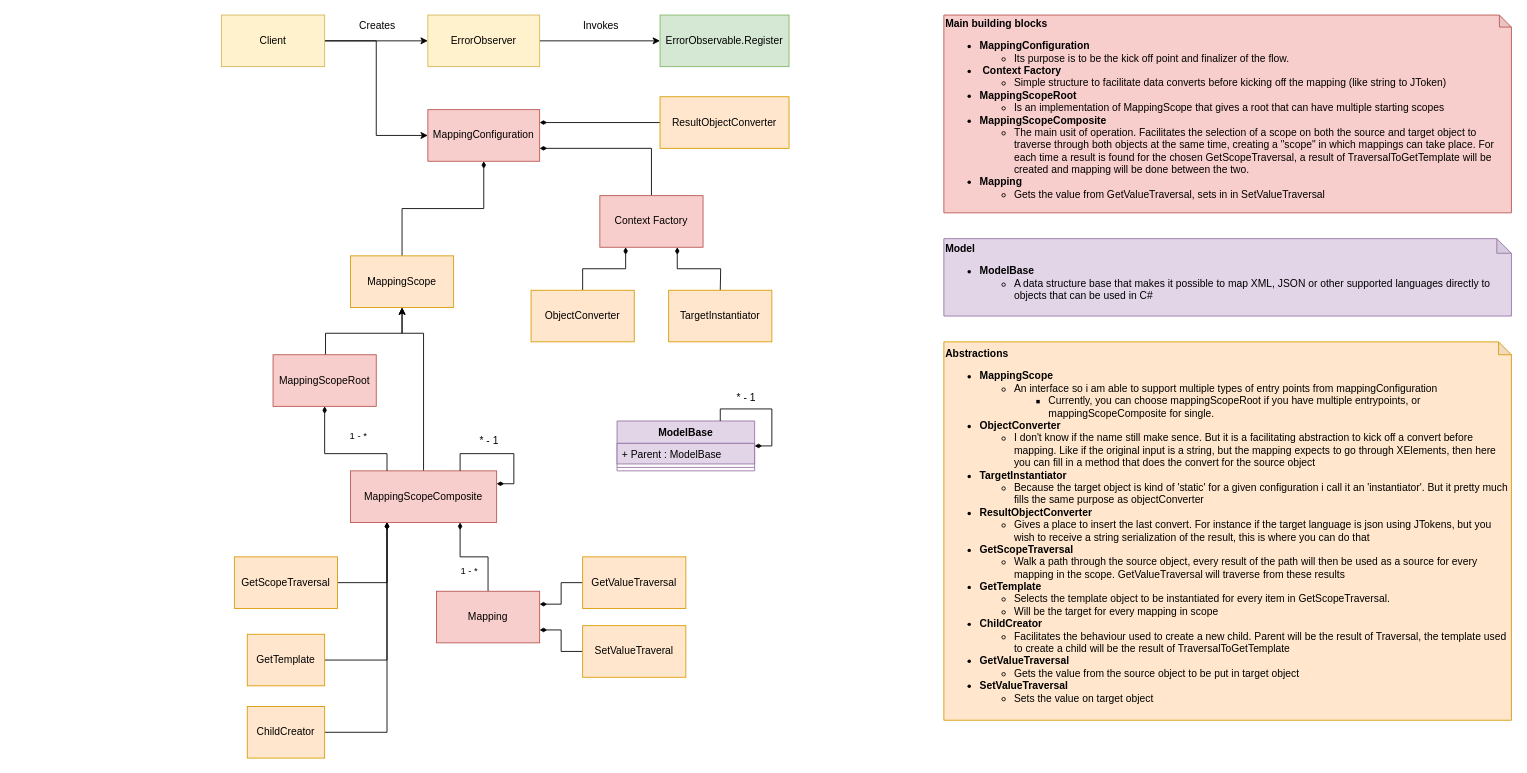
Earlier version of the draw.io diagram Mapping.drawio (DaveyvanTilburg/AdaptableMapper). Source tidied: cells renumbered, new cells numbered last; positions are measured from the earlier drawing's top-left corner, leaving out a move shared by most shapes. Both pictures are drawn from the tidied source at 86%, with x=0, y=0 at pixel (221, 15).
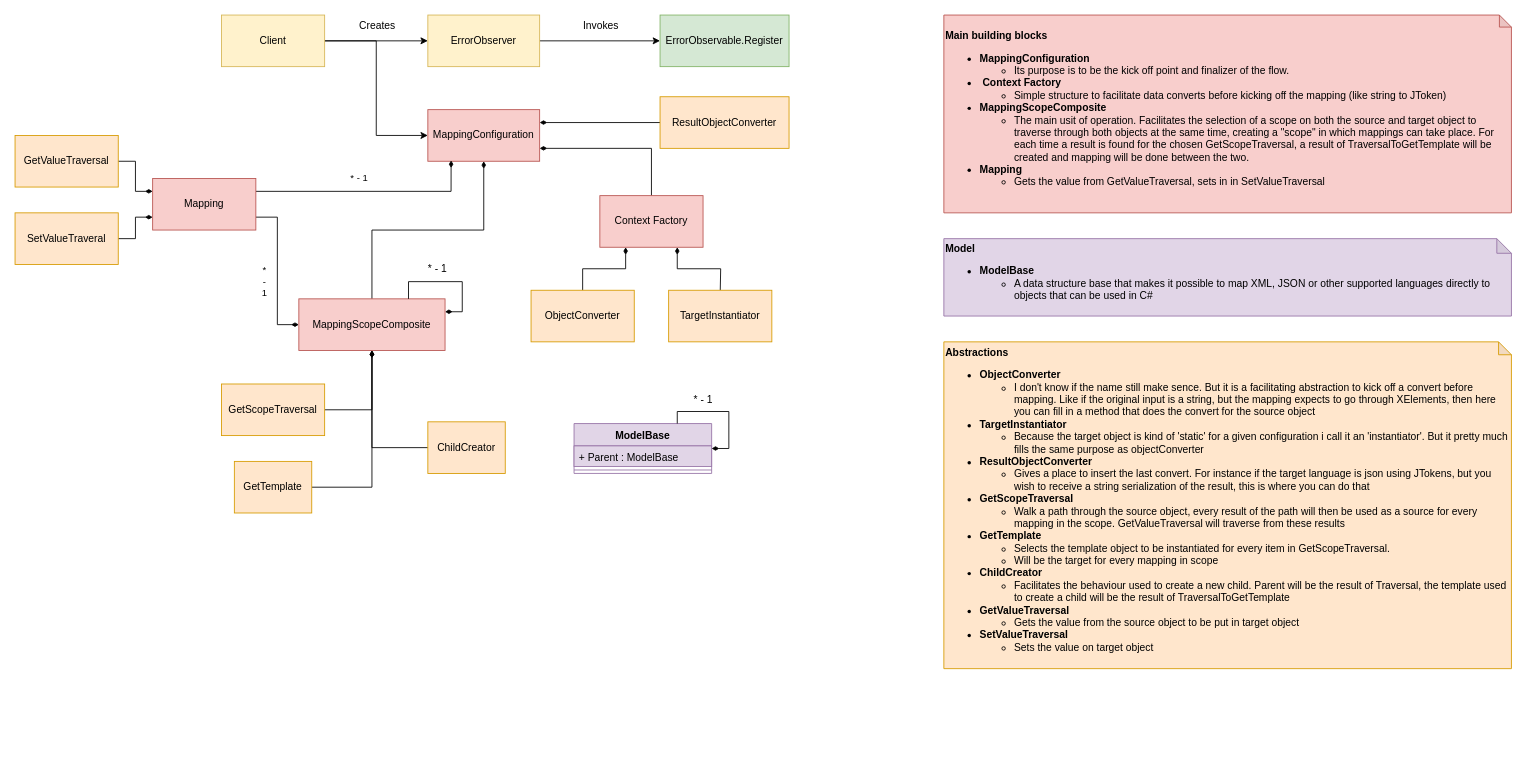
The same diagram, later.

Unchanged cells that the change refers to:
```xml
<mxCell id="5" value="MappingConfiguration" style="rounded=0;whiteSpace=wrap;html=1;fillColor=#f8cecc;strokeColor=#b85450;" parent="1" vertex="1">
  <mxGeometry x="240" y="110" width="130" height="60" as="geometry" />
</mxCell>
```

The edit, as a diff of the source:
```diff
@@
-    <mxCell id="2" style="edgeStyle=orthogonalEdgeStyle;rounded=0;jettySize=auto;html=1;exitX=0.5;exitY=1;exitDx=0;exitDy=0;endArrow=none;endFill=0;startArrow=diamondThin;startFill=1;" parent="1" edge="1" source="5" target="43">
+    <mxCell id="2" style="edgeStyle=orthogonalEdgeStyle;rounded=0;jettySize=auto;html=1;exitX=0.5;exitY=1;exitDx=0;exitDy=0;endArrow=none;endFill=0;startArrow=diamondThin;startFill=1;entryX=0.5;entryY=0;entryDx=0;entryDy=0;" parent="1" edge="1" source="5" target="22">
       <mxGeometry relative="1" as="geometry" />
     </mxCell>
@@
-    <mxCell id="17" value="1 - *" style="edgeStyle=orthogonalEdgeStyle;rounded=0;jettySize=auto;html=1;exitX=0.75;exitY=1;exitDx=0;exitDy=0;startArrow=diamondThin;startFill=1;endArrow=none;endFill=0;entryX=0.5;entryY=0;entryDx=0;entryDy=0;" parent="1" edge="1" source="22" target="29">
-      <mxGeometry x="-0.35" y="10" relative="1" as="geometry">
-        <mxPoint y="20" as="offset" />
-      </mxGeometry>
+    <mxCell id="17" value="*&lt;br&gt;-&lt;br&gt;1" style="edgeStyle=orthogonalEdgeStyle;rounded=0;jettySize=auto;html=1;exitX=0;exitY=0.5;exitDx=0;exitDy=0;startArrow=diamondThin;startFill=1;endArrow=none;endFill=0;entryX=1;entryY=0.75;entryDx=0;entryDy=0;" parent="1" edge="1" source="22" target="29">
+      <mxGeometry x="-0.14" y="15" relative="1" as="geometry" />
     </mxCell>
-    <mxCell id="18" style="edgeStyle=orthogonalEdgeStyle;rounded=0;jettySize=auto;html=1;exitX=0.25;exitY=1;exitDx=0;exitDy=0;entryX=1;entryY=0.5;entryDx=0;entryDy=0;startArrow=diamondThin;startFill=1;endArrow=none;endFill=0;" parent="1" edge="1" source="22" target="33">
+    <mxCell id="18" style="edgeStyle=orthogonalEdgeStyle;rounded=0;jettySize=auto;html=1;exitX=0.5;exitY=1;exitDx=0;exitDy=0;entryX=1;entryY=0.5;entryDx=0;entryDy=0;startArrow=diamondThin;startFill=1;endArrow=none;endFill=0;" parent="1" edge="1" source="22" target="33">
       <mxGeometry relative="1" as="geometry">
         <Array as="points">
-          <mxPoint x="193" y="750" />
+          <mxPoint x="175" y="549" />
         </Array>
       </mxGeometry>
     </mxCell>
-    <mxCell id="19" style="edgeStyle=orthogonalEdgeStyle;rounded=0;jettySize=auto;html=1;exitX=0.25;exitY=1;exitDx=0;exitDy=0;entryX=1;entryY=0.5;entryDx=0;entryDy=0;startArrow=diamondThin;startFill=1;endArrow=none;endFill=0;" parent="1" edge="1" source="22" target="34">
+    <mxCell id="19" style="edgeStyle=orthogonalEdgeStyle;rounded=0;jettySize=auto;html=1;exitX=0.5;exitY=1;exitDx=0;exitDy=0;entryX=0;entryY=0.5;entryDx=0;entryDy=0;startArrow=diamondThin;startFill=1;endArrow=none;endFill=0;" parent="1" edge="1" source="22" target="34">
       <mxGeometry relative="1" as="geometry">
         <Array as="points">
-          <mxPoint x="193" y="834" />
+          <mxPoint x="175" y="503" />
         </Array>
       </mxGeometry>
     </mxCell>
-    <mxCell id="20" style="edgeStyle=orthogonalEdgeStyle;rounded=0;jettySize=auto;html=1;exitX=0.25;exitY=1;exitDx=0;exitDy=0;entryX=1;entryY=0.5;entryDx=0;entryDy=0;startArrow=diamondThin;startFill=1;endArrow=none;endFill=0;" parent="1" edge="1" source="22" target="32">
+    <mxCell id="20" style="edgeStyle=orthogonalEdgeStyle;rounded=0;jettySize=auto;html=1;exitX=0.5;exitY=1;exitDx=0;exitDy=0;entryX=1;entryY=0.5;entryDx=0;entryDy=0;startArrow=diamondThin;startFill=1;endArrow=none;endFill=0;" parent="1" edge="1" source="22" target="32">
       <mxGeometry relative="1" as="geometry">
         <Array as="points">
-          <mxPoint x="193" y="660" />
+          <mxPoint x="175" y="459" />
         </Array>
       </mxGeometry>
     </mxCell>
-    <mxCell id="21" style="edgeStyle=orthogonalEdgeStyle;rounded=0;jettySize=auto;html=1;exitX=0.5;exitY=0;exitDx=0;exitDy=0;entryX=0.5;entryY=1;entryDx=0;entryDy=0;startArrow=none;startFill=0;endArrow=classic;endFill=1;" parent="1" edge="1" source="22" target="43">
-      <mxGeometry relative="1" as="geometry">
-        <Array as="points">
-          <mxPoint x="235" y="370" />
-          <mxPoint x="210" y="370" />
-        </Array>
-      </mxGeometry>
-    </mxCell>
     <mxCell id="22" value="MappingScopeComposite" style="rounded=0;whiteSpace=wrap;html=1;fillColor=#f8cecc;strokeColor=#b85450;" parent="1" vertex="1">
-      <mxGeometry x="150" y="530" width="170" height="60" as="geometry" />
+      <mxGeometry x="90" y="330" width="170" height="60" as="geometry" />
     </mxCell>
@@
     <mxCell id="25" style="edgeStyle=orthogonalEdgeStyle;rounded=0;orthogonalLoop=1;jettySize=auto;html=1;exitX=1;exitY=0.25;exitDx=0;exitDy=0;entryX=0.75;entryY=0;entryDx=0;entryDy=0;startArrow=diamondThin;startFill=1;endArrow=none;endFill=0;" parent="1" edge="1" source="22" target="22">
       <mxGeometry relative="1" as="geometry">
         <Array as="points">
-          <mxPoint x="340" y="545" />
-          <mxPoint x="340" y="510" />
-          <mxPoint x="278" y="510" />
+          <mxPoint x="280" y="345" />
+          <mxPoint x="280" y="310" />
+          <mxPoint x="218" y="310" />
         </Array>
       </mxGeometry>
     </mxCell>
@@
-    <mxCell id="27" style="edgeStyle=orthogonalEdgeStyle;rounded=0;jettySize=auto;html=1;exitX=1;exitY=0.25;exitDx=0;exitDy=0;entryX=0;entryY=0.5;entryDx=0;entryDy=0;startArrow=diamondThin;startFill=1;endArrow=none;endFill=0;" parent="1" edge="1" source="29" target="30">
-      <mxGeometry relative="1" as="geometry" />
-    </mxCell>
-    <mxCell id="28" style="edgeStyle=orthogonalEdgeStyle;rounded=0;jettySize=auto;html=1;exitX=1;exitY=0.75;exitDx=0;exitDy=0;entryX=0;entryY=0.5;entryDx=0;entryDy=0;startArrow=diamondThin;startFill=1;endArrow=none;endFill=0;" parent="1" edge="1" source="29" target="31">
-      <mxGeometry relative="1" as="geometry" />
-    </mxCell>
-    <mxCell id="29" value="Mapping" style="rounded=0;whiteSpace=wrap;html=1;fillColor=#f8cecc;strokeColor=#b85450;" parent="1" vertex="1">
-      <mxGeometry x="250" y="670" width="120" height="60" as="geometry" />
-    </mxCell>
-    <mxCell id="30" value="GetValueTraversal" style="rounded=0;whiteSpace=wrap;html=1;fillColor=#ffe6cc;strokeColor=#d79b00;" parent="1" vertex="1">
-      <mxGeometry x="420" y="630" width="120" height="60" as="geometry" />
-    </mxCell>
-    <mxCell id="31" value="SetValueTraveral" style="rounded=0;whiteSpace=wrap;html=1;fillColor=#ffe6cc;strokeColor=#d79b00;" parent="1" vertex="1">
-      <mxGeometry x="420" y="710" width="120" height="60" as="geometry" />
-    </mxCell>
     <mxCell id="32" value="GetScopeTraversal" style="rounded=0;whiteSpace=wrap;html=1;fillColor=#ffe6cc;strokeColor=#d79b00;" parent="1" vertex="1">
-      <mxGeometry x="15" y="630" width="120" height="60" as="geometry" />
+      <mxGeometry y="429" width="120" height="60" as="geometry" />
     </mxCell>
     <mxCell id="33" value="GetTemplate" style="rounded=0;whiteSpace=wrap;html=1;fillColor=#ffe6cc;strokeColor=#d79b00;" parent="1" vertex="1">
-      <mxGeometry x="30" y="720" width="90" height="60" as="geometry" />
+      <mxGeometry x="15" y="519" width="90" height="60" as="geometry" />
     </mxCell>
     <mxCell id="34" value="ChildCreator" style="rounded=0;whiteSpace=wrap;html=1;fillColor=#ffe6cc;strokeColor=#d79b00;" parent="1" vertex="1">
-      <mxGeometry x="30" y="804" width="90" height="60" as="geometry" />
+      <mxGeometry x="240" y="473" width="90" height="60" as="geometry" />
     </mxCell>
     <mxCell id="35" value="ModelBase" style="swimlane;fontStyle=1;align=center;verticalAlign=top;horizontal=1;startSize=26;fillColor=#e1d5e7;strokeColor=#9673a6;" parent="1" vertex="1">
-      <mxGeometry x="460" y="472" width="160" height="58" as="geometry" />
+      <mxGeometry x="410" y="475" width="160" height="58" as="geometry" />
     </mxCell>
@@
     <mxCell id="38" style="edgeStyle=orthogonalEdgeStyle;rounded=0;orthogonalLoop=1;jettySize=auto;html=1;exitX=1;exitY=0.5;exitDx=0;exitDy=0;entryX=0.75;entryY=0;entryDx=0;entryDy=0;startArrow=diamondThin;startFill=1;endArrow=none;endFill=0;" parent="1" edge="1" source="35" target="35">
       <mxGeometry relative="1" as="geometry">
         <Array as="points">
-          <mxPoint x="640" y="501" />
-          <mxPoint x="640" y="458" />
-          <mxPoint x="580" y="458" />
+          <mxPoint x="590" y="504" />
+          <mxPoint x="590" y="461" />
+          <mxPoint x="530" y="461" />
         </Array>
       </mxGeometry>
     </mxCell>
@@
-    <mxCell id="41" value="&lt;b&gt;Abstractions&lt;/b&gt;&lt;br&gt;&lt;ul&gt;&lt;li style=&quot;font-weight: bold&quot;&gt;MappingScope&lt;/li&gt;&lt;ul&gt;&lt;li&gt;An interface so i am able to support multiple types of entry points from mappingConfiguration&lt;/li&gt;&lt;ul&gt;&lt;li&gt;Currently, you can choose mappingScopeRoot if you have multiple entrypoints, or mappingScopeComposite for single.&lt;/li&gt;&lt;/ul&gt;&lt;/ul&gt;&lt;li&gt;&lt;b&gt;ObjectConverter&lt;/b&gt;&lt;/li&gt;&lt;ul&gt;&lt;li&gt;I don't know if the name still make sence. But it is a facilitating abstraction to kick off a convert before mapping. Like if the original input is a string, but the mapping expects to go through XElements, then here you can fill in a method that does the convert for the source object&lt;/li&gt;&lt;/ul&gt;&lt;li&gt;&lt;b&gt;TargetInstantiator&lt;/b&gt;&lt;/li&gt;&lt;ul&gt;&lt;li&gt;Because the target object is kind of 'static' for a given configuration i call it an 'instantiator'. But it pretty much fills the same purpose as objectConverter&lt;/li&gt;&lt;/ul&gt;&lt;li&gt;&lt;b&gt;ResultObjectConverter&lt;/b&gt;&lt;/li&gt;&lt;ul&gt;&lt;li&gt;Gives a place to insert the last convert. For instance if the target language is json using JTokens, but you wish to receive a string serialization of the result, this is where you can do that&lt;/li&gt;&lt;/ul&gt;&lt;li&gt;&lt;b&gt;GetScopeTraversal&lt;/b&gt;&lt;/li&gt;&lt;ul&gt;&lt;li&gt;Walk a path through the source object, every result of the path will then be used as a source for every mapping in the scope. GetValueTraversal will traverse from these results&lt;/li&gt;&lt;/ul&gt;&lt;li&gt;&lt;b&gt;GetTemplate&lt;/b&gt;&lt;/li&gt;&lt;ul&gt;&lt;li&gt;Selects the template object to be instantiated for every item in GetScopeTraversal.&amp;nbsp;&lt;/li&gt;&lt;li&gt;Will be the target for every mapping in scope&lt;/li&gt;&lt;/ul&gt;&lt;li&gt;&lt;b&gt;ChildCreator&lt;/b&gt;&lt;/li&gt;&lt;ul&gt;&lt;li&gt;Facilitates the behaviour used to create a new child. Parent will be the result of Traversal, the template used to create a child will be the result of TraversalToGetTemplate&lt;/li&gt;&lt;/ul&gt;&lt;li&gt;&lt;b&gt;GetValueTraversal&lt;/b&gt;&lt;/li&gt;&lt;ul&gt;&lt;li&gt;Gets the value from the source object to be put in target object&lt;/li&gt;&lt;/ul&gt;&lt;li&gt;&lt;b&gt;SetValueTraversal&lt;/b&gt;&lt;/li&gt;&lt;ul&gt;&lt;li&gt;Sets the value on target object&lt;/li&gt;&lt;/ul&gt;&lt;/ul&gt;" style="shape=note;whiteSpace=wrap;html=1;backgroundOutline=1;darkOpacity=0.05;size=15;fillColor=#ffe6cc;strokeColor=#d79b00;align=left;" parent="1" vertex="1">
-      <mxGeometry x="840" y="380" width="660" height="440" as="geometry" />
+    <mxCell id="41" value="&lt;b&gt;Abstractions&lt;br&gt;&lt;/b&gt;&lt;ul&gt;&lt;li&gt;&lt;b&gt;ObjectConverter&lt;/b&gt;&lt;/li&gt;&lt;ul&gt;&lt;li&gt;I don't know if the name still make sence. But it is a facilitating abstraction to kick off a convert before mapping. Like if the original input is a string, but the mapping expects to go through XElements, then here you can fill in a method that does the convert for the source object&lt;/li&gt;&lt;/ul&gt;&lt;li&gt;&lt;b&gt;TargetInstantiator&lt;/b&gt;&lt;/li&gt;&lt;ul&gt;&lt;li&gt;Because the target object is kind of 'static' for a given configuration i call it an 'instantiator'. But it pretty much fills the same purpose as objectConverter&lt;/li&gt;&lt;/ul&gt;&lt;li&gt;&lt;b&gt;ResultObjectConverter&lt;/b&gt;&lt;/li&gt;&lt;ul&gt;&lt;li&gt;Gives a place to insert the last convert. For instance if the target language is json using JTokens, but you wish to receive a string serialization of the result, this is where you can do that&lt;/li&gt;&lt;/ul&gt;&lt;li&gt;&lt;b&gt;GetScopeTraversal&lt;/b&gt;&lt;/li&gt;&lt;ul&gt;&lt;li&gt;Walk a path through the source object, every result of the path will then be used as a source for every mapping in the scope. GetValueTraversal will traverse from these results&lt;/li&gt;&lt;/ul&gt;&lt;li&gt;&lt;b&gt;GetTemplate&lt;/b&gt;&lt;/li&gt;&lt;ul&gt;&lt;li&gt;Selects the template object to be instantiated for every item in GetScopeTraversal.&amp;nbsp;&lt;/li&gt;&lt;li&gt;Will be the target for every mapping in scope&lt;/li&gt;&lt;/ul&gt;&lt;li&gt;&lt;b&gt;ChildCreator&lt;/b&gt;&lt;/li&gt;&lt;ul&gt;&lt;li&gt;Facilitates the behaviour used to create a new child. Parent will be the result of Traversal, the template used to create a child will be the result of TraversalToGetTemplate&lt;/li&gt;&lt;/ul&gt;&lt;li&gt;&lt;b&gt;GetValueTraversal&lt;/b&gt;&lt;/li&gt;&lt;ul&gt;&lt;li&gt;Gets the value from the source object to be put in target object&lt;/li&gt;&lt;/ul&gt;&lt;li&gt;&lt;b&gt;SetValueTraversal&lt;/b&gt;&lt;/li&gt;&lt;ul&gt;&lt;li&gt;Sets the value on target object&lt;/li&gt;&lt;/ul&gt;&lt;/ul&gt;" style="shape=note;whiteSpace=wrap;html=1;backgroundOutline=1;darkOpacity=0.05;size=15;fillColor=#ffe6cc;strokeColor=#d79b00;align=left;" parent="1" vertex="1">
+      <mxGeometry x="840" y="380" width="660" height="380" as="geometry" />
     </mxCell>
-    <mxCell id="42" value="&lt;b&gt;Main building blocks&lt;/b&gt;&lt;br&gt;&lt;ul&gt;&lt;li&gt;&lt;b&gt;MappingConfiguration&lt;/b&gt;&lt;br&gt;&lt;/li&gt;&lt;ul&gt;&lt;li&gt;Its purpose is to be the kick off point and finalizer of the flow.&lt;/li&gt;&lt;/ul&gt;&lt;li&gt;&amp;nbsp;&lt;b&gt;Context Factory&lt;/b&gt;&lt;br&gt;&lt;ul&gt;&lt;li&gt;Simple structure to facilitate data converts before kicking off the mapping (like string to JToken)&lt;br&gt;&lt;/li&gt;&lt;/ul&gt;&lt;/li&gt;&lt;li&gt;&lt;b&gt;MappingScopeRoot&lt;/b&gt;&lt;/li&gt;&lt;ul&gt;&lt;li&gt;Is an implementation of MappingScope that gives a root that can have multiple starting scopes&lt;/li&gt;&lt;/ul&gt;&lt;li&gt;&lt;b&gt;MappingScopeComposite&lt;/b&gt;&lt;/li&gt;&lt;ul&gt;&lt;li&gt;The main usit of operation. Facilitates the selection of a scope on both the source and target object to traverse through both objects at the same time, creating a &quot;scope&quot; in which mappings can take place. For each time a result is found for the chosen GetScopeTraversal, a result of TraversalToGetTemplate will be created and mapping will be done between the two.&lt;/li&gt;&lt;/ul&gt;&lt;li&gt;&lt;b&gt;Mapping&lt;/b&gt;&lt;/li&gt;&lt;ul&gt;&lt;li&gt;Gets the value from GetValueTraversal, sets in in SetValueTraversal&lt;/li&gt;&lt;/ul&gt;&lt;/ul&gt;&lt;b&gt;&lt;/b&gt;" style="shape=note;whiteSpace=wrap;html=1;backgroundOutline=1;darkOpacity=0.05;fillColor=#f8cecc;strokeColor=#b85450;size=14;align=left;" parent="1" vertex="1">
+    <mxCell id="42" value="&lt;b&gt;Main building blocks&lt;/b&gt;&lt;br&gt;&lt;ul&gt;&lt;li&gt;&lt;b&gt;MappingConfiguration&lt;/b&gt;&lt;br&gt;&lt;/li&gt;&lt;ul&gt;&lt;li&gt;Its purpose is to be the kick off point and finalizer of the flow.&lt;/li&gt;&lt;/ul&gt;&lt;li&gt;&amp;nbsp;&lt;b&gt;Context Factory&lt;/b&gt;&lt;br&gt;&lt;ul&gt;&lt;li&gt;Simple structure to facilitate data converts before kicking off the mapping (like string to JToken)&lt;/li&gt;&lt;/ul&gt;&lt;/li&gt;&lt;li&gt;&lt;b&gt;MappingScopeComposite&lt;/b&gt;&lt;/li&gt;&lt;ul&gt;&lt;li&gt;The main usit of operation. Facilitates the selection of a scope on both the source and target object to traverse through both objects at the same time, creating a &quot;scope&quot; in which mappings can take place. For each time a result is found for the chosen GetScopeTraversal, a result of TraversalToGetTemplate will be created and mapping will be done between the two.&lt;/li&gt;&lt;/ul&gt;&lt;li&gt;&lt;b&gt;Mapping&lt;/b&gt;&lt;/li&gt;&lt;ul&gt;&lt;li&gt;Gets the value from GetValueTraversal, sets in in SetValueTraversal&lt;/li&gt;&lt;/ul&gt;&lt;/ul&gt;&lt;b&gt;&lt;/b&gt;" style="shape=note;whiteSpace=wrap;html=1;backgroundOutline=1;darkOpacity=0.05;fillColor=#f8cecc;strokeColor=#b85450;size=14;align=left;" parent="1" vertex="1">
       <mxGeometry x="840" width="660" height="230" as="geometry" />
     </mxCell>
-    <mxCell id="43" value="MappingScope" style="rounded=0;whiteSpace=wrap;html=1;fillColor=#ffe6cc;strokeColor=#d79b00;" parent="1" vertex="1">
-      <mxGeometry x="150" y="280" width="120" height="60" as="geometry" />
-    </mxCell>
-    <mxCell id="44" style="edgeStyle=orthogonalEdgeStyle;rounded=0;jettySize=auto;html=1;exitX=0.5;exitY=0;exitDx=0;exitDy=0;startArrow=none;startFill=0;endArrow=classic;endFill=1;" parent="1" edge="1" source="46" target="43">
-      <mxGeometry relative="1" as="geometry">
-        <Array as="points">
-          <mxPoint x="121" y="370" />
-          <mxPoint x="210" y="370" />
-        </Array>
-      </mxGeometry>
-    </mxCell>
-    <mxCell id="45" value="1 - *" style="edgeStyle=orthogonalEdgeStyle;rounded=0;jettySize=auto;html=1;exitX=0.5;exitY=1;exitDx=0;exitDy=0;entryX=0.25;entryY=0;entryDx=0;entryDy=0;startArrow=diamondThin;startFill=1;endArrow=none;endFill=0;" parent="1" edge="1" source="46" target="22">
-      <mxGeometry x="0.28" y="20" relative="1" as="geometry">
-        <Array as="points">
-          <mxPoint x="120" y="510" />
-          <mxPoint x="193" y="510" />
-        </Array>
-      </mxGeometry>
-    </mxCell>
-    <mxCell id="46" value="MappingScopeRoot" style="rounded=0;whiteSpace=wrap;html=1;fillColor=#f8cecc;strokeColor=#b85450;" parent="1" vertex="1">
-      <mxGeometry x="60" y="395" width="120" height="60" as="geometry" />
-    </mxCell>
@@
+    <mxCell id="27" style="edgeStyle=orthogonalEdgeStyle;rounded=0;jettySize=auto;html=1;exitX=0;exitY=0.25;exitDx=0;exitDy=0;startArrow=diamondThin;startFill=1;endArrow=none;endFill=0;entryX=1;entryY=0.5;entryDx=0;entryDy=0;" parent="1" edge="1" source="29" target="30">
+      <mxGeometry relative="1" as="geometry" />
+    </mxCell>
+    <mxCell id="28" style="edgeStyle=orthogonalEdgeStyle;rounded=0;jettySize=auto;html=1;exitX=0;exitY=0.75;exitDx=0;exitDy=0;entryX=1;entryY=0.5;entryDx=0;entryDy=0;startArrow=diamondThin;startFill=1;endArrow=none;endFill=0;" parent="1" edge="1" source="29" target="31">
+      <mxGeometry relative="1" as="geometry" />
+    </mxCell>
+    <mxCell id="48" value="* - 1" style="edgeStyle=orthogonalEdgeStyle;rounded=0;jettySize=auto;html=1;exitX=1;exitY=0.25;exitDx=0;exitDy=0;entryX=0.208;entryY=0.983;entryDx=0;entryDy=0;entryPerimeter=0;endArrow=diamondThin;endFill=1;" parent="1" edge="1" source="29" target="5">
+      <mxGeometry x="0.84" y="107" relative="1" as="geometry" />
+    </mxCell>
+    <mxCell id="29" value="Mapping" style="rounded=0;whiteSpace=wrap;html=1;fillColor=#f8cecc;strokeColor=#b85450;" parent="1" vertex="1">
+      <mxGeometry x="-80" y="190" width="120" height="60" as="geometry" />
+    </mxCell>
+    <mxCell id="30" value="GetValueTraversal" style="rounded=0;whiteSpace=wrap;html=1;fillColor=#ffe6cc;strokeColor=#d79b00;" parent="1" vertex="1">
+      <mxGeometry x="-240" y="140" width="120" height="60" as="geometry" />
+    </mxCell>
+    <mxCell id="31" value="SetValueTraveral" style="rounded=0;whiteSpace=wrap;html=1;fillColor=#ffe6cc;strokeColor=#d79b00;" parent="1" vertex="1">
+      <mxGeometry x="-240" y="230" width="120" height="60" as="geometry" />
+    </mxCell>
```
